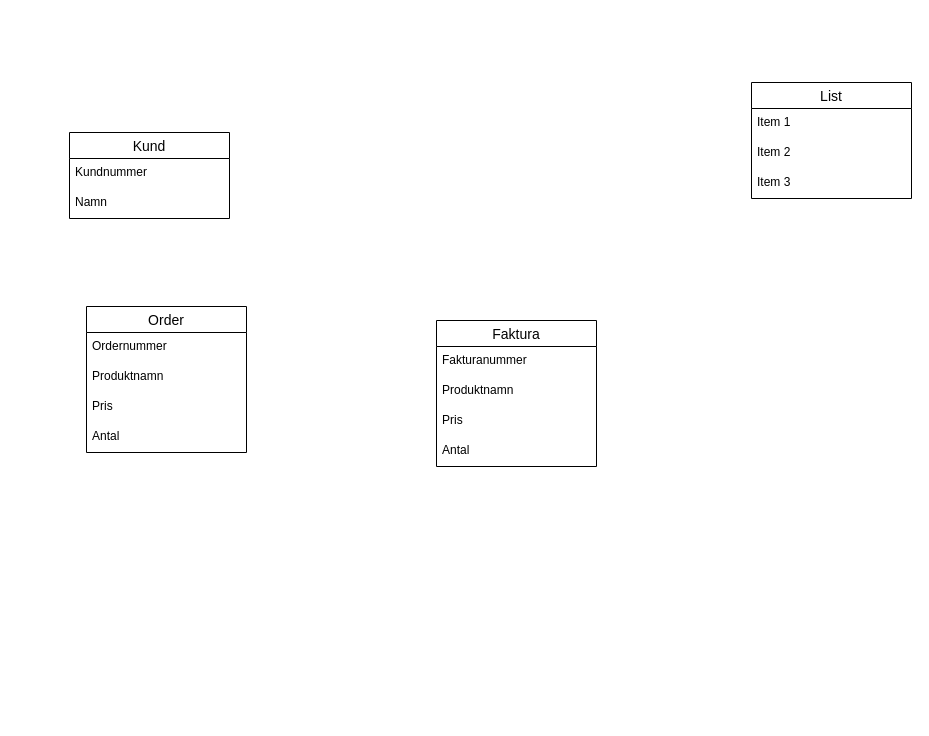
narwhal87/databas keeps this draw.io diagram as page "Logisk modellering 1" (2 of 2) of Namnlöst diagram.drawio. Above is the earlier version. Source tidied: cells renumbered, new cells numbered last; positions are measured from the earlier drawing's top-left corner, leaving out a move shared by most shapes. Both pictures are drawn from the tidied source at 100%, with x=0, y=0 at pixel (69, 82).
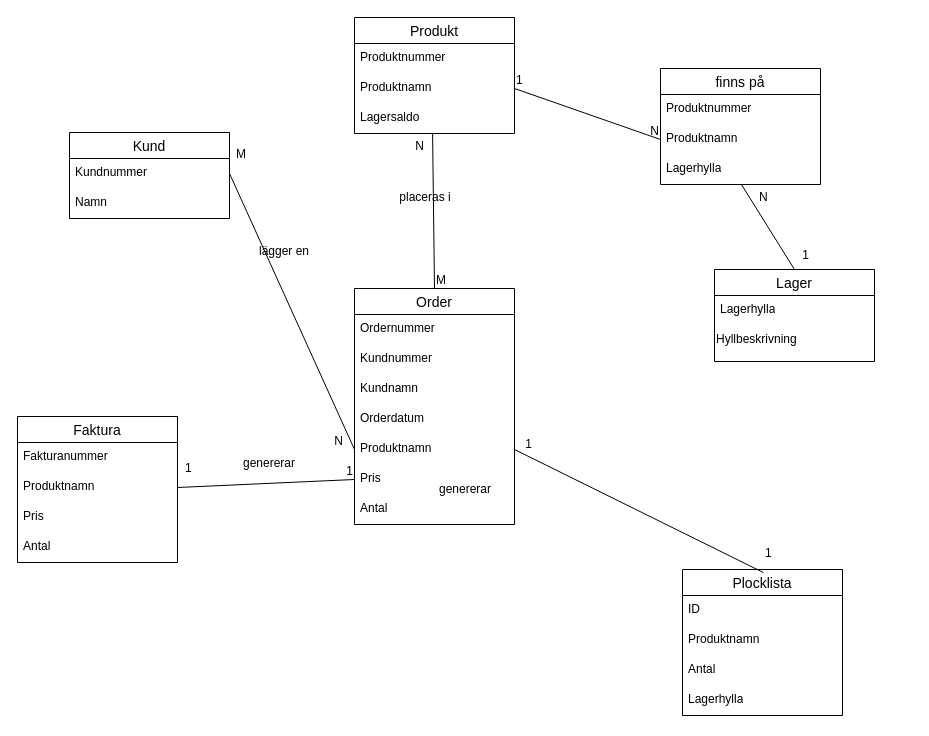
After the change.

The change refers to these unchanged cells:
```xml
<mxCell id="3" value="Kundnummer" style="text;strokeColor=none;fillColor=none;spacingLeft=4;spacingRight=4;overflow=hidden;points=[[0,0.5],[1,0.5]];portConstraint=eastwest;fontSize=12;whiteSpace=wrap;html=1;" parent="2" vertex="1">
  <mxGeometry y="26" width="160" height="30" as="geometry" />
</mxCell>
<mxCell id="16" value="Produktnamn" style="text;strokeColor=none;fillColor=none;spacingLeft=4;spacingRight=4;overflow=hidden;points=[[0,0.5],[1,0.5]];portConstraint=eastwest;fontSize=12;whiteSpace=wrap;html=1;" parent="14" vertex="1">
  <mxGeometry y="56" width="160" height="30" as="geometry" />
</mxCell>
```

The edit, as a diff of the source:
```diff
@@
     <mxCell id="5" value="Order" style="swimlane;fontStyle=0;horizontal=1;startSize=26;align=center;fontSize=14;" parent="1" vertex="1">
-      <mxGeometry x="17" y="224" width="160" height="146" as="geometry" />
+      <mxGeometry x="285" y="206" width="160" height="236" as="geometry" />
     </mxCell>
@@
+    <mxCell id="19" value="Kundnummer" style="text;strokeColor=none;fillColor=none;spacingLeft=4;spacingRight=4;overflow=hidden;fontSize=12;whiteSpace=wrap;html=1;" parent="5" vertex="1">
+      <mxGeometry y="56" width="160" height="30" as="geometry" />
+    </mxCell>
+    <mxCell id="20" value="Kundnamn" style="text;strokeColor=none;fillColor=none;spacingLeft=4;spacingRight=4;overflow=hidden;fontSize=12;whiteSpace=wrap;html=1;" parent="5" vertex="1">
+      <mxGeometry y="86" width="160" height="30" as="geometry" />
+    </mxCell>
+    <mxCell id="21" value="Orderdatum" style="text;strokeColor=none;fillColor=none;spacingLeft=4;spacingRight=4;overflow=hidden;fontSize=12;whiteSpace=wrap;html=1;" parent="5" vertex="1">
+      <mxGeometry y="116" width="160" height="30" as="geometry" />
+    </mxCell>
     <mxCell id="7" value="Produktnamn" style="text;strokeColor=none;fillColor=none;spacingLeft=4;spacingRight=4;overflow=hidden;points=[[0,0.5],[1,0.5]];portConstraint=eastwest;fontSize=12;whiteSpace=wrap;html=1;" parent="5" vertex="1">
-      <mxGeometry y="56" width="160" height="30" as="geometry" />
+      <mxGeometry y="146" width="160" height="30" as="geometry" />
     </mxCell>
     <mxCell id="8" value="Pris" style="text;strokeColor=none;fillColor=none;spacingLeft=4;spacingRight=4;overflow=hidden;points=[[0,0.5],[1,0.5]];portConstraint=eastwest;fontSize=12;whiteSpace=wrap;html=1;" parent="5" vertex="1">
-      <mxGeometry y="86" width="160" height="30" as="geometry" />
+      <mxGeometry y="176" width="160" height="30" as="geometry" />
     </mxCell>
     <mxCell id="9" value="Antal" style="text;strokeColor=none;fillColor=none;spacingLeft=4;spacingRight=4;overflow=hidden;fontSize=12;whiteSpace=wrap;html=1;" parent="5" vertex="1">
-      <mxGeometry y="116" width="160" height="30" as="geometry" />
+      <mxGeometry y="206" width="160" height="30" as="geometry" />
     </mxCell>
-    <mxCell id="10" value="List" style="swimlane;fontStyle=0;horizontal=1;startSize=26;align=center;fontSize=14;" parent="1" vertex="1">
-      <mxGeometry x="682" width="160" height="116" as="geometry" />
+    <mxCell id="10" value="Lager" style="swimlane;fontStyle=0;horizontal=1;startSize=26;align=center;fontSize=14;" parent="1" vertex="1">
+      <mxGeometry x="645" y="187" width="160" height="92" as="geometry" />
     </mxCell>
-    <mxCell id="11" value="Item 1" style="text;strokeColor=none;fillColor=none;spacingLeft=4;spacingRight=4;overflow=hidden;fontSize=12;whiteSpace=wrap;html=1;" parent="10" vertex="1">
+    <mxCell id="11" value="Lagerhylla" style="text;strokeColor=none;fillColor=none;spacingLeft=4;spacingRight=4;overflow=hidden;fontSize=12;whiteSpace=wrap;html=1;" parent="10" vertex="1">
       <mxGeometry y="26" width="160" height="30" as="geometry" />
     </mxCell>
-    <mxCell id="12" value="Item 2" style="text;strokeColor=none;fillColor=none;spacingLeft=4;spacingRight=4;overflow=hidden;fontSize=12;whiteSpace=wrap;html=1;" parent="10" vertex="1">
-      <mxGeometry y="56" width="160" height="30" as="geometry" />
-    </mxCell>
-    <mxCell id="13" value="Item 3" style="text;strokeColor=none;fillColor=none;spacingLeft=4;spacingRight=4;overflow=hidden;fontSize=12;whiteSpace=wrap;html=1;" parent="10" vertex="1">
-      <mxGeometry y="86" width="160" height="30" as="geometry" />
-    </mxCell>
+    <mxCell id="22" value="&lt;span style=&quot;color: rgb(0, 0, 0); font-family: Helvetica; font-size: 12px; font-style: normal; font-variant-ligatures: normal; font-variant-caps: normal; font-weight: 400; letter-spacing: normal; orphans: 2; text-align: left; text-indent: 0px; text-transform: none; widows: 2; word-spacing: 0px; -webkit-text-stroke-width: 0px; background-color: rgb(255, 255, 255); text-decoration-thickness: initial; text-decoration-style: initial; text-decoration-color: initial; float: none; display: inline !important;&quot;&gt;Hyllbeskrivning&lt;/span&gt;" style="text;whiteSpace=wrap;html=1;" parent="10" vertex="1">
+      <mxGeometry y="56" width="160" height="36" as="geometry" />
+    </mxCell>
     <mxCell id="14" value="Faktura" style="swimlane;fontStyle=0;horizontal=1;startSize=26;align=center;fontSize=14;" parent="1" vertex="1">
-      <mxGeometry x="367" y="238" width="160" height="146" as="geometry" />
+      <mxGeometry x="-52" y="334" width="160" height="146" as="geometry" />
     </mxCell>
@@
+    <mxCell id="23" value="Produkt" style="swimlane;fontStyle=0;horizontal=1;startSize=26;align=center;fontSize=14;" parent="1" vertex="1">
+      <mxGeometry x="285" y="-65" width="160" height="116" as="geometry" />
+    </mxCell>
+    <mxCell id="24" value="Produktnummer" style="text;strokeColor=none;fillColor=none;spacingLeft=4;spacingRight=4;overflow=hidden;fontSize=12;whiteSpace=wrap;html=1;" parent="23" vertex="1">
+      <mxGeometry y="26" width="160" height="30" as="geometry" />
+    </mxCell>
+    <mxCell id="25" value="Produktnamn" style="text;strokeColor=none;fillColor=none;spacingLeft=4;spacingRight=4;overflow=hidden;points=[[0,0.5],[1,0.5]];portConstraint=eastwest;fontSize=12;whiteSpace=wrap;html=1;" parent="23" vertex="1">
+      <mxGeometry y="56" width="160" height="30" as="geometry" />
+    </mxCell>
+    <mxCell id="26" value="Lagersaldo" style="text;strokeColor=none;fillColor=none;spacingLeft=4;spacingRight=4;overflow=hidden;points=[[0,0.5],[1,0.5]];portConstraint=eastwest;fontSize=12;whiteSpace=wrap;html=1;" parent="23" vertex="1">
+      <mxGeometry y="86" width="160" height="30" as="geometry" />
+    </mxCell>
+    <mxCell id="27" value="finns på" style="swimlane;fontStyle=0;horizontal=1;startSize=26;align=center;fontSize=14;" parent="1" vertex="1">
+      <mxGeometry x="591" y="-14" width="160" height="116" as="geometry" />
+    </mxCell>
+    <mxCell id="28" value="Produktnummer" style="text;strokeColor=none;fillColor=none;spacingLeft=4;spacingRight=4;overflow=hidden;fontSize=12;whiteSpace=wrap;html=1;" parent="27" vertex="1">
+      <mxGeometry y="26" width="160" height="30" as="geometry" />
+    </mxCell>
+    <mxCell id="29" value="Produktnamn" style="text;strokeColor=none;fillColor=none;spacingLeft=4;spacingRight=4;overflow=hidden;points=[[0,0.5],[1,0.5]];portConstraint=eastwest;fontSize=12;whiteSpace=wrap;html=1;" parent="27" vertex="1">
+      <mxGeometry y="56" width="160" height="30" as="geometry" />
+    </mxCell>
+    <mxCell id="30" value="Lagerhylla" style="text;strokeColor=none;fillColor=none;spacingLeft=4;spacingRight=4;overflow=hidden;points=[[0,0.5],[1,0.5]];portConstraint=eastwest;fontSize=12;whiteSpace=wrap;html=1;" parent="27" vertex="1">
+      <mxGeometry y="86" width="160" height="30" as="geometry" />
+    </mxCell>
+    <mxCell id="31" value="Plocklista" style="swimlane;fontStyle=0;horizontal=1;startSize=26;align=center;fontSize=14;" parent="1" vertex="1">
+      <mxGeometry x="613" y="487" width="160" height="146" as="geometry" />
+    </mxCell>
+    <mxCell id="32" value="ID" style="text;strokeColor=none;fillColor=none;spacingLeft=4;spacingRight=4;overflow=hidden;fontSize=12;whiteSpace=wrap;html=1;" parent="31" vertex="1">
+      <mxGeometry y="26" width="160" height="30" as="geometry" />
+    </mxCell>
+    <mxCell id="33" value="Produktnamn" style="text;strokeColor=none;fillColor=none;spacingLeft=4;spacingRight=4;overflow=hidden;fontSize=12;whiteSpace=wrap;html=1;" parent="31" vertex="1">
+      <mxGeometry y="56" width="160" height="30" as="geometry" />
+    </mxCell>
+    <mxCell id="34" value="Antal" style="text;strokeColor=none;fillColor=none;spacingLeft=4;spacingRight=4;overflow=hidden;fontSize=12;whiteSpace=wrap;html=1;" parent="31" vertex="1">
+      <mxGeometry y="86" width="160" height="30" as="geometry" />
+    </mxCell>
+    <mxCell id="35" value="Lagerhylla" style="text;strokeColor=none;fillColor=none;spacingLeft=4;spacingRight=4;overflow=hidden;fontSize=12;whiteSpace=wrap;html=1;" parent="31" vertex="1">
+      <mxGeometry y="116" width="160" height="30" as="geometry" />
+    </mxCell>
+    <mxCell id="36" style="endArrow=none;html=1;rounded=0;fontSize=12;startSize=8;endSize=8;exitX=1;exitY=0.5;exitDx=0;exitDy=0;entryX=0;entryY=0.5;entryDx=0;entryDy=0;" parent="1" edge="1" source="25" target="29">
+      <mxGeometry relative="1" as="geometry" />
+    </mxCell>
+    <mxCell id="37" value="1" style="html=1;whiteSpace=wrap;align=left;verticalAlign=bottom;" parent="36" vertex="1">
+      <mxGeometry x="-1" relative="1" as="geometry" />
+    </mxCell>
+    <mxCell id="38" value="N" style="html=1;whiteSpace=wrap;align=right;verticalAlign=bottom;" parent="36" vertex="1">
+      <mxGeometry x="1" relative="1" as="geometry" />
+    </mxCell>
+    <mxCell id="39" style="endArrow=none;html=1;rounded=0;fontSize=12;startSize=8;endSize=8;exitX=0.506;exitY=1;exitDx=0;exitDy=0;entryX=0.5;entryY=0;entryDx=0;entryDy=0;exitPerimeter=0;" parent="1" edge="1" source="30" target="10">
+      <mxGeometry relative="1" as="geometry" />
+    </mxCell>
+    <mxCell id="40" value="N" style="html=1;whiteSpace=wrap;align=left;verticalAlign=bottom;" parent="39" vertex="1">
+      <mxGeometry x="-1" relative="1" as="geometry">
+        <mxPoint x="16" y="21" as="offset" />
+      </mxGeometry>
+    </mxCell>
+    <mxCell id="41" value="1" style="html=1;whiteSpace=wrap;align=right;verticalAlign=bottom;" parent="39" vertex="1">
+      <mxGeometry x="1" relative="1" as="geometry">
+        <mxPoint x="16" y="-6" as="offset" />
+      </mxGeometry>
+    </mxCell>
+    <mxCell id="42" style="endArrow=none;html=1;rounded=0;fontSize=12;startSize=8;endSize=8;exitX=1;exitY=0.5;exitDx=0;exitDy=0;entryX=0;entryY=0.5;entryDx=0;entryDy=0;" parent="1" edge="1" source="3" target="7">
+      <mxGeometry relative="1" as="geometry" />
+    </mxCell>
+    <mxCell id="43" value="M" style="html=1;whiteSpace=wrap;align=left;verticalAlign=bottom;" parent="42" vertex="1">
+      <mxGeometry x="-1" relative="1" as="geometry">
+        <mxPoint x="5" y="-11" as="offset" />
+      </mxGeometry>
+    </mxCell>
+    <mxCell id="44" value="N" style="html=1;whiteSpace=wrap;align=right;verticalAlign=bottom;" parent="42" vertex="1">
+      <mxGeometry x="1" relative="1" as="geometry">
+        <mxPoint x="-10" as="offset" />
+      </mxGeometry>
+    </mxCell>
+    <mxCell id="45" value="lägger en" style="text;html=1;strokeColor=none;fillColor=none;align=center;verticalAlign=middle;whiteSpace=wrap;overflow=hidden;" parent="1" vertex="1">
+      <mxGeometry x="175" y="159" width="80" height="20" as="geometry" />
+    </mxCell>
+    <mxCell id="46" style="endArrow=none;html=1;rounded=0;fontSize=12;startSize=8;endSize=8;exitX=0.5;exitY=0;exitDx=0;exitDy=0;entryX=0.488;entryY=1;entryDx=0;entryDy=0;entryPerimeter=0;" parent="1" edge="1" source="5" target="26">
+      <mxGeometry relative="1" as="geometry" />
+    </mxCell>
+    <mxCell id="47" value="M" style="html=1;whiteSpace=wrap;align=left;verticalAlign=bottom;" parent="46" vertex="1">
+      <mxGeometry x="-1" relative="1" as="geometry" />
+    </mxCell>
+    <mxCell id="48" value="N" style="html=1;whiteSpace=wrap;align=right;verticalAlign=bottom;" parent="46" vertex="1">
+      <mxGeometry x="1" relative="1" as="geometry">
+        <mxPoint x="-7" y="21" as="offset" />
+      </mxGeometry>
+    </mxCell>
+    <mxCell id="49" value="placeras i" style="text;html=1;strokeColor=none;fillColor=none;align=center;verticalAlign=middle;whiteSpace=wrap;overflow=hidden;" parent="1" vertex="1">
+      <mxGeometry x="316" y="105" width="80" height="20" as="geometry" />
+    </mxCell>
+    <mxCell id="50" style="endArrow=none;html=1;rounded=0;fontSize=12;startSize=8;endSize=8;entryX=0;entryY=0.5;entryDx=0;entryDy=0;exitX=1;exitY=0.5;exitDx=0;exitDy=0;" parent="1" edge="1" source="16" target="8">
+      <mxGeometry relative="1" as="geometry" />
+    </mxCell>
+    <mxCell id="51" value="1" style="html=1;whiteSpace=wrap;align=left;verticalAlign=bottom;" parent="50" vertex="1">
+      <mxGeometry x="-1" relative="1" as="geometry">
+        <mxPoint x="6" y="-11" as="offset" />
+      </mxGeometry>
+    </mxCell>
+    <mxCell id="52" value="1" style="html=1;whiteSpace=wrap;align=right;verticalAlign=bottom;" parent="50" vertex="1">
+      <mxGeometry x="1" relative="1" as="geometry" />
+    </mxCell>
+    <mxCell id="53" value="genererar" style="text;html=1;strokeColor=none;fillColor=none;align=center;verticalAlign=middle;whiteSpace=wrap;overflow=hidden;" parent="1" vertex="1">
+      <mxGeometry x="160" y="371" width="80" height="20" as="geometry" />
+    </mxCell>
+    <mxCell id="54" value="genererar" style="text;html=1;strokeColor=none;fillColor=none;align=center;verticalAlign=middle;whiteSpace=wrap;overflow=hidden;" parent="1" vertex="1">
+      <mxGeometry x="356" y="397" width="80" height="20" as="geometry" />
+    </mxCell>
+    <mxCell id="55" style="endArrow=none;html=1;rounded=0;fontSize=12;startSize=8;endSize=8;exitX=0.506;exitY=0.021;exitDx=0;exitDy=0;exitPerimeter=0;entryX=1;entryY=0.5;entryDx=0;entryDy=0;" parent="1" edge="1" source="31" target="7">
+      <mxGeometry relative="1" as="geometry" />
+    </mxCell>
+    <mxCell id="56" value="1" style="html=1;whiteSpace=wrap;align=left;verticalAlign=bottom;" parent="55" vertex="1">
+      <mxGeometry x="-1" relative="1" as="geometry">
+        <mxPoint y="-11" as="offset" />
+      </mxGeometry>
+    </mxCell>
+    <mxCell id="57" value="1" style="html=1;whiteSpace=wrap;align=right;verticalAlign=bottom;" parent="55" vertex="1">
+      <mxGeometry x="1" relative="1" as="geometry">
+        <mxPoint x="19" y="3" as="offset" />
+      </mxGeometry>
+    </mxCell>
```
